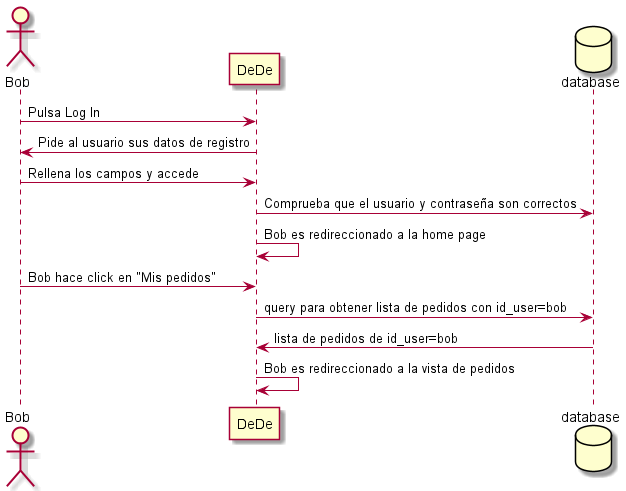
Arquisoft/dede_es6b keeps this PlantUML diagram as images/06_runtime_verPedido.png. Above is the earlier version. Source of this version:
```plantuml
@startuml
actor Bob
participant DeDe
database database
Bob -> DeDe: Pulsa Log In
DeDe -> Bob: Pide al usuario sus datos de registro
Bob -> DeDe: Rellena los campos y accede
DeDe -> database: Comprueba que el usuario y contraseña son correctos
DeDe -> DeDe: Bob es redireccionado a la home page
Bob -> DeDe: Bob hace click en "Mis pedidos"
database <- DeDe: query para obtener lista de pedidos con id_user=bob
database -> DeDe: lista de pedidos de id_user=bob
DeDe -> DeDe: Bob es redireccionado a la vista de pedidos
@enduml
```
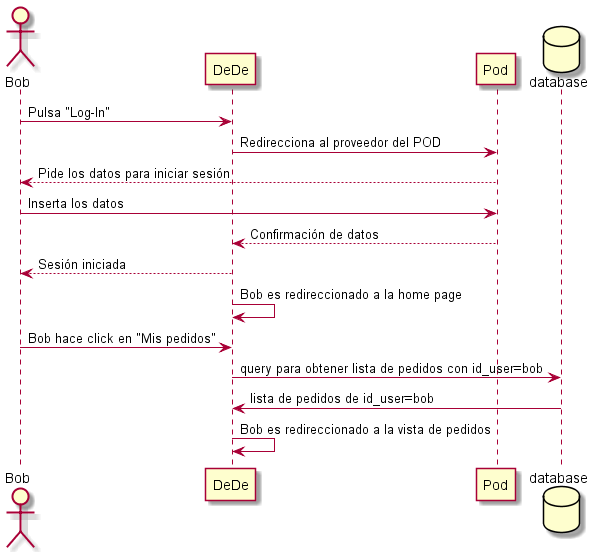
Above is the later version.

Change to the diagram source:
```diff
@@ -1,11 +1,14 @@
 @startuml
 actor Bob
 participant DeDe
+participant Pod
 database database
-Bob -> DeDe: Pulsa Log In
-DeDe -> Bob: Pide al usuario sus datos de registro
-Bob -> DeDe: Rellena los campos y accede
-DeDe -> database: Comprueba que el usuario y contraseña son correctos
+Bob -> DeDe: Pulsa "Log-In"
+DeDe -> Pod: Redirecciona al proveedor del POD
+Bob <-- Pod: Pide los datos para iniciar sesión
+Bob -> Pod: Inserta los datos
+DeDe <-- Pod: Confirmación de datos
+Bob <-- DeDe: Sesión iniciada
 DeDe -> DeDe: Bob es redireccionado a la home page
 Bob -> DeDe: Bob hace click en "Mis pedidos"
 database <- DeDe: query para obtener lista de pedidos con id_user=bob
```
